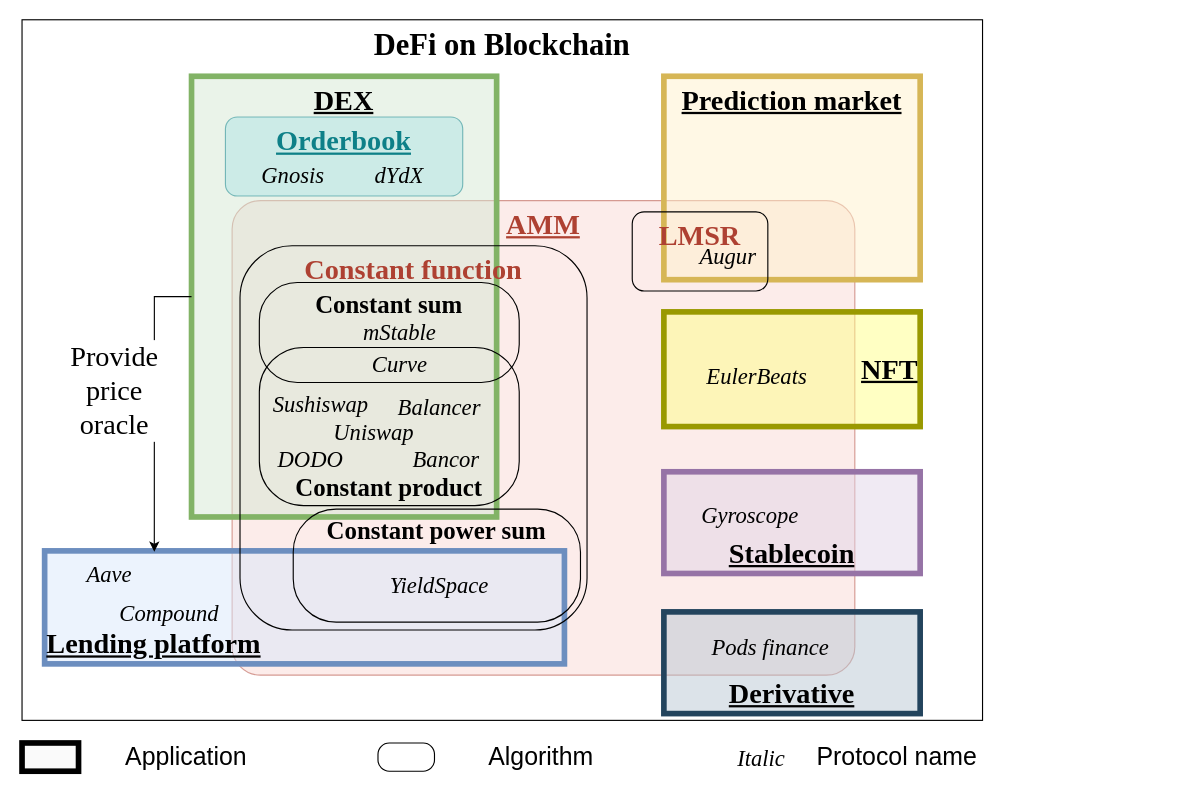
Before: page "taxonomy" (1 of 5) of assets/amm-pool.drawio in xujiahuayz/bondingcurves, a draw.io diagram. Source tidied: cells renumbered, new cells numbered last; positions are measured from the earlier drawing's top-left corner, leaving out a move shared by most shapes. Both pictures are drawn from the tidied source at 113%, with x=0, y=0 at pixel (21, 19).
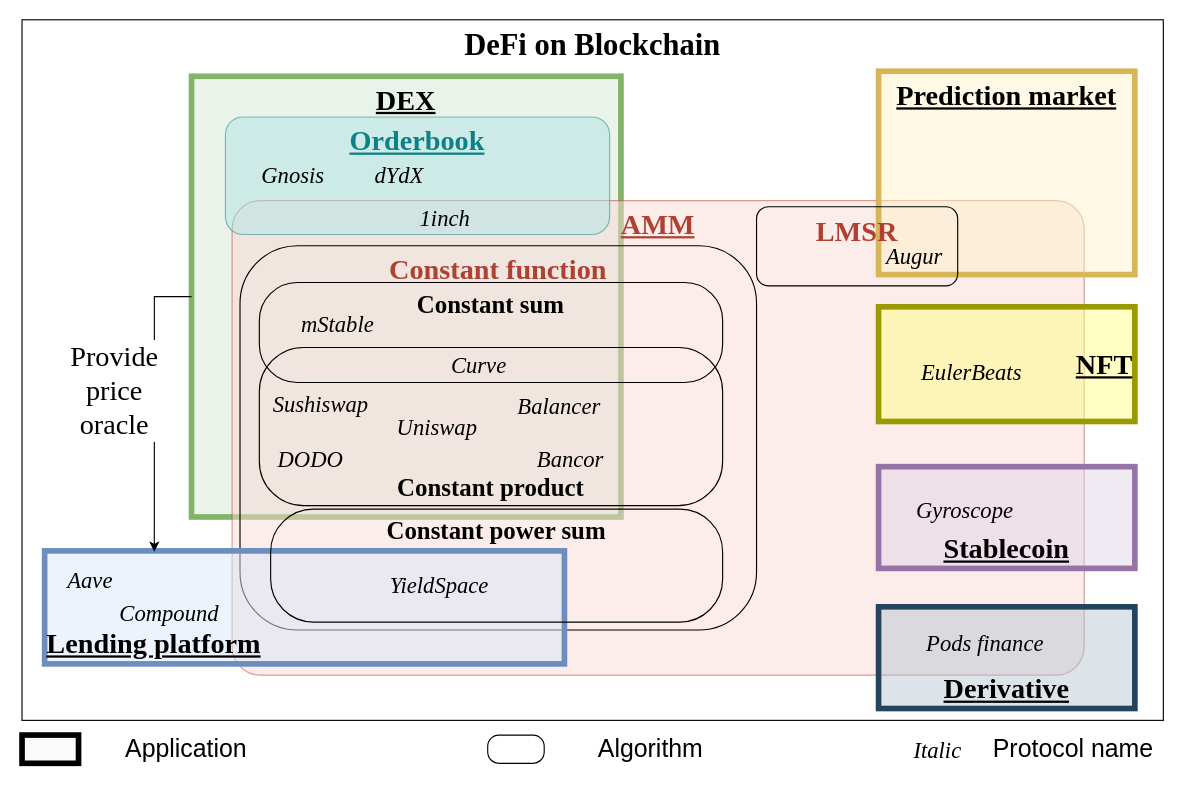
The same diagram, later.

The edit, as a diff of the source:
```diff
@@
     <mxCell id="2" value="&lt;span style=&quot;color: rgb(0 , 0 , 0) ; font-size: 27px ; font-style: normal ; font-weight: 700 ; letter-spacing: normal ; text-align: center ; text-indent: 0px ; text-transform: none ; word-spacing: 0px ; display: inline ; float: none&quot;&gt;DeFi on Blockchain&lt;/span&gt;" style="rounded=0;whiteSpace=wrap;html=1;fillColor=none;verticalAlign=top;fontSize=27;fontFamily=Times New Roman;" parent="1" vertex="1">
-      <mxGeometry width="850" height="620" as="geometry" />
+      <mxGeometry width="1010" height="620" as="geometry" />
     </mxCell>
+    <mxCell id="5" value="DEX" style="rounded=0;whiteSpace=wrap;html=1;fillColor=#d5e8d4;fontStyle=5;verticalAlign=top;strokeColor=#82b366;strokeOpacity=100;fillOpacity=50;strokeWidth=5;fontFamily=Times New Roman;fontSize=25;" parent="1" vertex="1">
+      <mxGeometry x="150" y="50" width="380" height="390" as="geometry" />
+    </mxCell>
     <mxCell id="3" value="&lt;span style=&quot;font-size: 25px;&quot;&gt;AMM&lt;/span&gt;" style="rounded=1;whiteSpace=wrap;html=1;fillColor=#fad9d5;opacity=50;verticalAlign=top;strokeColor=#ae4132;fontColor=#AE4132;fontStyle=5;fontFamily=Times New Roman;fontSize=25;arcSize=6;" parent="1" vertex="1">
-      <mxGeometry x="185.9" y="160" width="551.1" height="420" as="geometry" />
+      <mxGeometry x="185.9" y="160" width="754.1" height="420" as="geometry" />
     </mxCell>
+    <mxCell id="32" value="&lt;span style=&quot;color: rgb(174 , 65 , 50) ; font-family: &amp;quot;times new roman&amp;quot; ; font-size: 25px ; font-weight: 700&quot;&gt;Constant function&lt;/span&gt;" style="rounded=1;whiteSpace=wrap;html=1;verticalAlign=top;labelBackgroundColor=none;fillColor=none;" parent="1" vertex="1">
+      <mxGeometry x="192.9" y="200" width="457.1" height="340" as="geometry" />
+    </mxCell>
     <mxCell id="4" value="Prediction market" style="rounded=0;whiteSpace=wrap;html=1;fillColor=#fff2cc;fontStyle=5;verticalAlign=top;strokeColor=#d6b656;fillOpacity=50;strokeWidth=5;fontFamily=Times New Roman;fontSize=25;" parent="1" vertex="1">
-      <mxGeometry x="568" y="50" width="226.8" height="180" as="geometry" />
+      <mxGeometry x="758" y="45.5" width="226.8" height="180" as="geometry" />
     </mxCell>
-    <mxCell id="5" value="DEX" style="rounded=0;whiteSpace=wrap;html=1;fillColor=#d5e8d4;fontStyle=5;verticalAlign=top;strokeColor=#82b366;strokeOpacity=100;fillOpacity=50;strokeWidth=5;fontFamily=Times New Roman;fontSize=25;" parent="1" vertex="1">
-      <mxGeometry x="150" y="50" width="270" height="390" as="geometry" />
-    </mxCell>
     <mxCell id="6" value="&lt;span style=&quot;font-size: 22px; font-style: normal; font-weight: 700; letter-spacing: normal; text-align: center; text-indent: 0px; text-transform: none; word-spacing: 0px; display: inline; float: none;&quot;&gt;Constant product&lt;/span&gt;" style="rounded=1;whiteSpace=wrap;html=1;fillColor=none;arcSize=28;verticalAlign=bottom;fontFamily=Times New Roman;fontSize=22;" parent="1" vertex="1">
-      <mxGeometry x="210" y="290" width="230" height="140" as="geometry" />
+      <mxGeometry x="210" y="290" width="410" height="140" as="geometry" />
     </mxCell>
@@
     <mxCell id="9" value="&lt;span style=&quot;color: rgb(0, 0, 0); font-size: 22px; font-style: normal; font-weight: 700; letter-spacing: normal; text-align: center; text-indent: 0px; text-transform: none; word-spacing: 0px; display: inline; float: none;&quot;&gt;Constant sum&lt;/span&gt;" style="rounded=1;whiteSpace=wrap;html=1;fillColor=none;arcSize=38;verticalAlign=top;fontFamily=Times New Roman;fontSize=22;" parent="1" vertex="1">
-      <mxGeometry x="210" y="232.5" width="230" height="88.5" as="geometry" />
+      <mxGeometry x="210" y="232.5" width="410" height="88.5" as="geometry" />
     </mxCell>
     <mxCell id="10" value="&lt;span style=&quot;font-size: 20px;&quot;&gt;mStable&lt;/span&gt;" style="text;html=1;align=center;verticalAlign=middle;strokeColor=none;fillColor=none;fontColor=#000000;fontStyle=2;fontFamily=Times New Roman;fontSize=20;" parent="1" vertex="1">
-      <mxGeometry x="294.4" y="260.8" width="80" height="30" as="geometry" />
+      <mxGeometry x="239" y="254" width="80" height="30" as="geometry" />
     </mxCell>
@@
     <mxCell id="12" value="Balancer" style="text;html=1;align=center;verticalAlign=middle;strokeColor=none;fillColor=none;fontStyle=2;fontFamily=Times New Roman;fontSize=20;" parent="1" vertex="1">
-      <mxGeometry x="324" y="327" width="90" height="30" as="geometry" />
+      <mxGeometry x="430" y="325.5" width="90" height="30" as="geometry" />
     </mxCell>
     <mxCell id="13" value="Uniswap" style="text;html=1;align=center;verticalAlign=middle;strokeColor=none;fillColor=none;fontStyle=2;fontFamily=Times New Roman;fontSize=20;" parent="1" vertex="1">
-      <mxGeometry x="266" y="348.5" width="90" height="30" as="geometry" />
+      <mxGeometry x="322.1" y="345" width="90" height="30" as="geometry" />
     </mxCell>
     <mxCell id="14" value="Curve" style="text;html=1;align=center;verticalAlign=middle;strokeColor=none;fillColor=none;fontColor=#000000;fontStyle=2;fontFamily=Times New Roman;fontSize=20;" parent="1" vertex="1">
-      <mxGeometry x="304.4" y="289" width="60" height="30" as="geometry" />
+      <mxGeometry x="374" y="289.8" width="60" height="30" as="geometry" />
     </mxCell>
@@
     <mxCell id="16" value="Stablecoin" style="rounded=0;whiteSpace=wrap;html=1;fillColor=#e1d5e7;fontStyle=5;verticalAlign=bottom;strokeColor=#9673a6;fillOpacity=50;strokeWidth=5;fontFamily=Times New Roman;fontSize=25;" parent="1" vertex="1">
-      <mxGeometry x="568" y="400" width="226.8" height="90" as="geometry" />
+      <mxGeometry x="758" y="395.5" width="226.8" height="90" as="geometry" />
     </mxCell>
     <mxCell id="17" value="&lt;p class=&quot;p1&quot; style=&quot;font-size: 20px;&quot;&gt;Augur&lt;/p&gt;" style="text;whiteSpace=wrap;html=1;fontStyle=2;fontFamily=Times New Roman;fontSize=20;verticalAlign=middle;align=center;" parent="1" vertex="1">
-      <mxGeometry x="592.2" y="186.2" width="65.5" height="46.2" as="geometry" />
+      <mxGeometry x="757.2" y="186.2" width="65.5" height="46.2" as="geometry" />
     </mxCell>
     <mxCell id="18" value="Gyroscope" style="text;html=1;align=center;verticalAlign=middle;strokeColor=none;fillColor=none;fontStyle=2;fontFamily=Times New Roman;fontSize=20;" parent="1" vertex="1">
-      <mxGeometry x="593.9" y="422.5" width="100" height="30" as="geometry" />
+      <mxGeometry x="783.9" y="418" width="100" height="30" as="geometry" />
     </mxCell>
     <mxCell id="19" value="Bancor" style="text;html=1;align=center;verticalAlign=middle;strokeColor=none;fillColor=none;fontStyle=2;fontFamily=Times New Roman;fontSize=20;" parent="1" vertex="1">
-      <mxGeometry x="340" y="372.5" width="70" height="30" as="geometry" />
+      <mxGeometry x="450" y="372.5" width="70" height="30" as="geometry" />
     </mxCell>
     <mxCell id="20" value="Derivative" style="rounded=0;whiteSpace=wrap;html=1;fillColor=#bac8d3;fontStyle=5;verticalAlign=bottom;strokeColor=#23445d;fillOpacity=50;strokeWidth=5;fontFamily=Times New Roman;fontSize=25;" parent="1" vertex="1">
-      <mxGeometry x="568" y="524" width="226.8" height="90" as="geometry" />
+      <mxGeometry x="758" y="519.5" width="226.8" height="90" as="geometry" />
     </mxCell>
     <mxCell id="21" value="Pods finance" style="text;html=1;align=center;verticalAlign=middle;strokeColor=none;fillColor=none;fontStyle=2;fontFamily=Times New Roman;fontSize=20;" parent="1" vertex="1">
-      <mxGeometry x="602.2" y="540" width="120" height="30" as="geometry" />
+      <mxGeometry x="792.2" y="535.5" width="120" height="30" as="geometry" />
     </mxCell>
     <mxCell id="22" value="NFT" style="rounded=0;whiteSpace=wrap;html=1;fillColor=#ffff88;fontStyle=5;verticalAlign=middle;fillOpacity=50;strokeWidth=5;align=right;strokeColor=#999900;fontFamily=Times New Roman;fontSize=25;" parent="1" vertex="1">
-      <mxGeometry x="568" y="258.5" width="226.8" height="101.5" as="geometry" />
+      <mxGeometry x="758" y="254" width="226.8" height="101.5" as="geometry" />
     </mxCell>
     <mxCell id="23" value="&lt;p class=&quot;p1&quot; style=&quot;font-size: 20px;&quot;&gt;EulerBeats&lt;/p&gt;" style="text;whiteSpace=wrap;html=1;fontStyle=2;fontFamily=Times New Roman;fontSize=20;align=center;verticalAlign=middle;" parent="1" vertex="1">
-      <mxGeometry x="630" y="290" width="41.1" height="50" as="geometry" />
+      <mxGeometry x="820" y="285.5" width="41.1" height="50" as="geometry" />
     </mxCell>
     <mxCell id="24" value="&lt;span style=&quot;font-size: 25px;&quot;&gt;Orderbook&lt;/span&gt;" style="rounded=1;whiteSpace=wrap;html=1;fillColor=#b0e3e6;opacity=50;verticalAlign=top;strokeColor=#0e8088;fontColor=#0E8088;fontFamily=Times New Roman;fontStyle=5;fontSize=25;" parent="1" vertex="1">
-      <mxGeometry x="180" y="86" width="210" height="70" as="geometry" />
+      <mxGeometry x="180" y="86" width="340" height="104" as="geometry" />
     </mxCell>
@@
     <mxCell id="28" value="&lt;span style=&quot;color: rgb(0, 0, 0); font-size: 22px; font-style: normal; font-weight: 700; letter-spacing: normal; text-align: center; text-indent: 0px; text-transform: none; word-spacing: 0px; display: inline; float: none;&quot;&gt;Constant power sum&lt;/span&gt;" style="rounded=1;whiteSpace=wrap;html=1;fillColor=none;arcSize=38;verticalAlign=top;fontFamily=Times New Roman;fontSize=22;" parent="1" vertex="1">
-      <mxGeometry x="240" y="433" width="254.2" height="100" as="geometry" />
+      <mxGeometry x="220" y="433" width="400" height="100" as="geometry" />
     </mxCell>
@@
     <mxCell id="31" value="Aave" style="text;html=1;align=center;verticalAlign=middle;strokeColor=none;fillColor=none;fontColor=#000000;fontStyle=2;fontFamily=Times New Roman;fontSize=20;" parent="1" vertex="1">
-      <mxGeometry x="46.6" y="475" width="60" height="30" as="geometry" />
+      <mxGeometry x="30" y="480" width="60" height="30" as="geometry" />
     </mxCell>
-    <mxCell id="32" value="&lt;span style=&quot;color: rgb(174 , 65 , 50) ; font-family: &amp;quot;times new roman&amp;quot; ; font-size: 25px ; font-weight: 700&quot;&gt;Constant function&lt;/span&gt;" style="rounded=1;whiteSpace=wrap;html=1;verticalAlign=top;labelBackgroundColor=none;fillColor=none;" parent="1" vertex="1">
-      <mxGeometry x="192.9" y="200" width="307.1" height="340" as="geometry" />
-    </mxCell>
     <mxCell id="33" value="&lt;span style=&quot;color: rgb(174 , 65 , 50) ; font-family: &amp;#34;times new roman&amp;#34; ; font-size: 25px ; font-weight: 700&quot;&gt;LMSR&lt;/span&gt;" style="rounded=1;whiteSpace=wrap;html=1;labelBackgroundColor=none;fillColor=none;verticalAlign=top;" parent="1" vertex="1">
-      <mxGeometry x="540" y="170" width="120" height="70" as="geometry" />
+      <mxGeometry x="650" y="165.5" width="178" height="70" as="geometry" />
     </mxCell>
     <mxCell id="34" style="rounded=0;whiteSpace=wrap;html=1;fillColor=#f5f5f5;fontStyle=5;verticalAlign=middle;strokeColor=#000000;fillOpacity=50;strokeWidth=5;fontFamily=Times New Roman;fontSize=25;align=left;fontColor=#333333;" parent="1" vertex="1">
-      <mxGeometry y="640" width="50" height="25" as="geometry" />
+      <mxGeometry y="633" width="50" height="25" as="geometry" />
     </mxCell>
     <mxCell id="35" value="Application" style="text;html=1;align=center;verticalAlign=middle;strokeColor=none;fillColor=none;fontSize=22;" parent="1" vertex="1">
-      <mxGeometry x="85" y="637.5" width="120" height="30" as="geometry" />
+      <mxGeometry x="85" y="630.5" width="120" height="30" as="geometry" />
     </mxCell>
     <mxCell id="36" style="rounded=1;whiteSpace=wrap;html=1;verticalAlign=middle;labelBackgroundColor=none;fillColor=none;arcSize=40;" parent="1" vertex="1">
-      <mxGeometry x="315" y="640" width="50" height="25" as="geometry" />
+      <mxGeometry x="412.1" y="633" width="50" height="25" as="geometry" />
     </mxCell>
     <mxCell id="37" value="Algorithm" style="text;html=1;align=center;verticalAlign=middle;strokeColor=none;fillColor=none;fontSize=22;" parent="1" vertex="1">
-      <mxGeometry x="404" y="637.5" width="110" height="30" as="geometry" />
+      <mxGeometry x="501.1" y="630.5" width="110" height="30" as="geometry" />
     </mxCell>
     <mxCell id="38" value="&lt;span style=&quot;font-family: &amp;quot;times new roman&amp;quot;; font-size: 20px; font-style: italic;&quot;&gt;Italic&lt;/span&gt;" style="text;html=1;align=center;verticalAlign=middle;strokeColor=none;fillColor=none;fontSize=20;" parent="1" vertex="1">
-      <mxGeometry x="624" y="637.5" width="60" height="30" as="geometry" />
+      <mxGeometry x="780.1" y="630.5" width="60" height="30" as="geometry" />
     </mxCell>
     <mxCell id="39" value="Protocol name" style="text;html=1;align=center;verticalAlign=middle;strokeColor=none;fillColor=none;fontSize=22;" parent="1" vertex="1">
-      <mxGeometry x="693.9" y="637.5" width="160" height="30" as="geometry" />
+      <mxGeometry x="850" y="630.5" width="160" height="30" as="geometry" />
     </mxCell>
+    <mxCell id="40" value="1inch" style="text;html=1;align=center;verticalAlign=middle;strokeColor=none;fillColor=none;fontColor=#000000;fontStyle=2;fontFamily=Times New Roman;fontSize=20;" parent="1" vertex="1">
+      <mxGeometry x="344" y="160" width="60" height="30" as="geometry" />
+    </mxCell>
```
